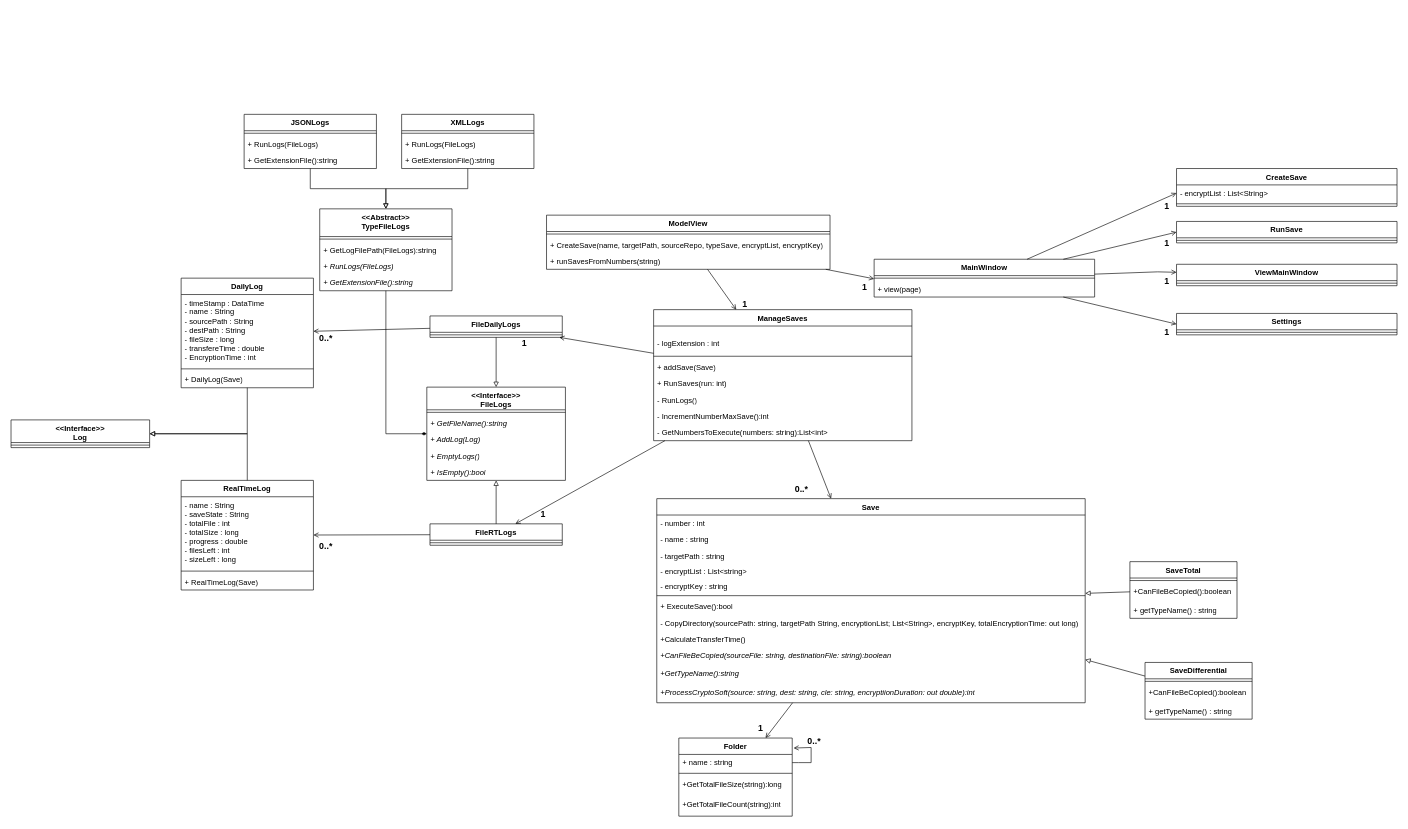
Above: page "V2.0 - Classe" (2 of 3) of docs/Diagrammes/UML-2.0.drawio in Rudoni/EazySave (draw.io), before the change. Source tidied: cells renumbered, new cells numbered last; positions are measured from the earlier drawing's top-left corner, leaving out a move shared by most shapes. Both pictures are drawn from the tidied source at 63%, with x=0, y=0 at pixel (11, 114).
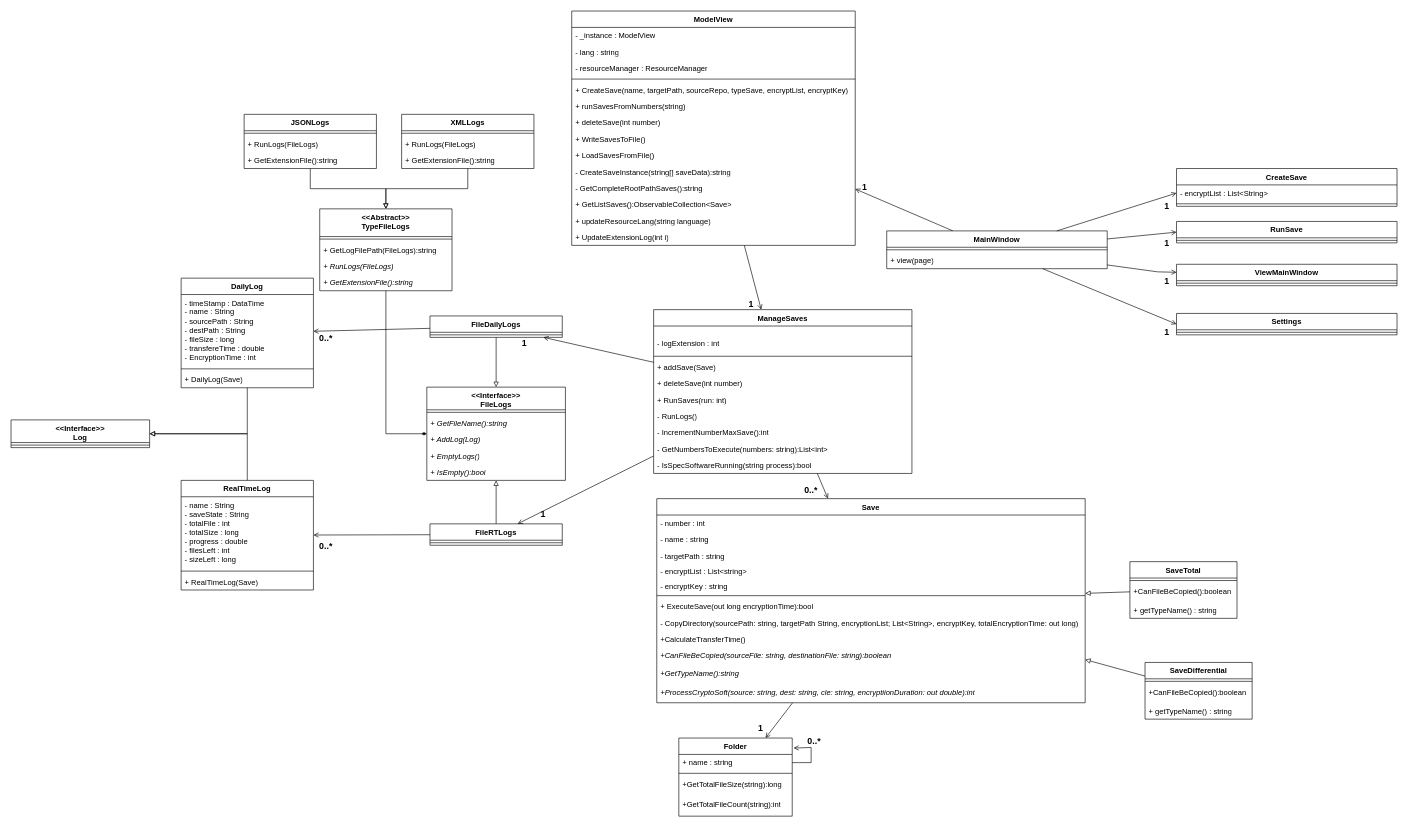
After the change.

Unchanged cells that the change refers to:
```xml
<mxCell id="2" value="Save" style="swimlane;fontStyle=1;align=center;verticalAlign=top;horizontal=1;startSize=26;whiteSpace=wrap;html=1;" parent="1" vertex="1">
  <mxGeometry x="1025" y="610" width="680" height="324" as="geometry" />
</mxCell>
```

The edit, as a diff of the source:
```diff
@@
-    <mxCell id="9" value="+ ExecuteSave():bool" style="text;strokeColor=none;fillColor=none;align=left;verticalAlign=top;spacingLeft=4;spacingRight=4;overflow=hidden;whiteSpace=wrap;html=1;" parent="2" vertex="1">
+    <mxCell id="9" value="+ ExecuteSave(out long encryptionTime):bool" style="text;strokeColor=none;fillColor=none;align=left;verticalAlign=top;spacingLeft=4;spacingRight=4;overflow=hidden;whiteSpace=wrap;html=1;" parent="2" vertex="1">
       <mxGeometry y="158" width="680" height="26" as="geometry" />
     </mxCell>
@@
     <mxCell id="23" value="ModelView" style="swimlane;fontStyle=1;align=center;verticalAlign=top;horizontal=1;startSize=26;whiteSpace=wrap;html=1;" parent="1" vertex="1">
-      <mxGeometry x="850" y="160" width="450" height="86" as="geometry" />
+      <mxGeometry x="890" y="-164" width="450" height="372" as="geometry" />
     </mxCell>
+    <mxCell id="120" value="- _instance : ModelView" style="text;strokeColor=none;fillColor=none;align=left;verticalAlign=top;spacingLeft=4;spacingRight=4;overflow=hidden;whiteSpace=wrap;html=1;" parent="23" vertex="1">
+      <mxGeometry y="26" width="450" height="26" as="geometry" />
+    </mxCell>
+    <mxCell id="121" value="- lang : string" style="text;strokeColor=none;fillColor=none;align=left;verticalAlign=top;spacingLeft=4;spacingRight=4;overflow=hidden;whiteSpace=wrap;html=1;" parent="23" vertex="1">
+      <mxGeometry y="52" width="450" height="26" as="geometry" />
+    </mxCell>
+    <mxCell id="122" value="- resourceManager : ResourceManager" style="text;strokeColor=none;fillColor=none;align=left;verticalAlign=top;spacingLeft=4;spacingRight=4;overflow=hidden;whiteSpace=wrap;html=1;" parent="23" vertex="1">
+      <mxGeometry y="78" width="450" height="26" as="geometry" />
+    </mxCell>
     <mxCell id="24" style="line;strokeWidth=1;fillColor=none;align=left;verticalAlign=middle;spacingTop=-1;spacingLeft=3;spacingRight=3;labelPosition=right;strokeColor=inherit;" parent="23" vertex="1">
-      <mxGeometry y="26" width="450" height="8" as="geometry" />
+      <mxGeometry y="104" width="450" height="8" as="geometry" />
     </mxCell>
     <mxCell id="25" value="+ CreateSave(name, targetPath, sourceRepo, typeSave, encryptList, encryptKey)" style="text;strokeColor=none;fillColor=none;align=left;verticalAlign=top;spacingLeft=4;spacingRight=4;overflow=hidden;whiteSpace=wrap;html=1;" parent="23" vertex="1">
-      <mxGeometry y="34" width="450" height="26" as="geometry" />
+      <mxGeometry y="112" width="450" height="26" as="geometry" />
     </mxCell>
     <mxCell id="26" value="+ runSavesFromNumbers(string)" style="text;strokeColor=none;fillColor=none;align=left;verticalAlign=top;spacingLeft=4;spacingRight=4;overflow=hidden;whiteSpace=wrap;html=1;" parent="23" vertex="1">
-      <mxGeometry y="60" width="450" height="26" as="geometry" />
+      <mxGeometry y="138" width="450" height="26" as="geometry" />
     </mxCell>
+    <mxCell id="123" value="+ deleteSave(int number)" style="text;strokeColor=none;fillColor=none;align=left;verticalAlign=top;spacingLeft=4;spacingRight=4;overflow=hidden;whiteSpace=wrap;html=1;" parent="23" vertex="1">
+      <mxGeometry y="164" width="450" height="26" as="geometry" />
+    </mxCell>
+    <mxCell id="124" value="+ WriteSavesToFile()" style="text;strokeColor=none;fillColor=none;align=left;verticalAlign=top;spacingLeft=4;spacingRight=4;overflow=hidden;whiteSpace=wrap;html=1;" parent="23" vertex="1">
+      <mxGeometry y="190" width="450" height="26" as="geometry" />
+    </mxCell>
+    <mxCell id="125" value="+ LoadSavesFromFile()" style="text;strokeColor=none;fillColor=none;align=left;verticalAlign=top;spacingLeft=4;spacingRight=4;overflow=hidden;whiteSpace=wrap;html=1;" parent="23" vertex="1">
+      <mxGeometry y="216" width="450" height="26" as="geometry" />
+    </mxCell>
+    <mxCell id="126" value="- CreateSaveInstance(string[] saveData):string" style="text;strokeColor=none;fillColor=none;align=left;verticalAlign=top;spacingLeft=4;spacingRight=4;overflow=hidden;whiteSpace=wrap;html=1;" parent="23" vertex="1">
+      <mxGeometry y="242" width="450" height="26" as="geometry" />
+    </mxCell>
+    <mxCell id="127" value="- GetCompleteRootPathSaves():string" style="text;strokeColor=none;fillColor=none;align=left;verticalAlign=top;spacingLeft=4;spacingRight=4;overflow=hidden;whiteSpace=wrap;html=1;" parent="23" vertex="1">
+      <mxGeometry y="268" width="450" height="26" as="geometry" />
+    </mxCell>
+    <mxCell id="128" value="+ GetListSaves():ObservableCollection&amp;lt;Save&amp;gt;" style="text;strokeColor=none;fillColor=none;align=left;verticalAlign=top;spacingLeft=4;spacingRight=4;overflow=hidden;whiteSpace=wrap;html=1;" parent="23" vertex="1">
+      <mxGeometry y="294" width="450" height="26" as="geometry" />
+    </mxCell>
+    <mxCell id="129" value="+ updateResourceLang(string language)" style="text;strokeColor=none;fillColor=none;align=left;verticalAlign=top;spacingLeft=4;spacingRight=4;overflow=hidden;whiteSpace=wrap;html=1;" parent="23" vertex="1">
+      <mxGeometry y="320" width="450" height="26" as="geometry" />
+    </mxCell>
+    <mxCell id="130" value="+ UpdateExtensionLog(int i)" style="text;strokeColor=none;fillColor=none;align=left;verticalAlign=top;spacingLeft=4;spacingRight=4;overflow=hidden;whiteSpace=wrap;html=1;" parent="23" vertex="1">
+      <mxGeometry y="346" width="450" height="26" as="geometry" />
+    </mxCell>
@@
     <mxCell id="33" value="ManageSaves" style="swimlane;fontStyle=1;align=center;verticalAlign=top;horizontal=1;startSize=26;whiteSpace=wrap;html=1;" parent="1" vertex="1">
-      <mxGeometry x="1020" y="310" width="410" height="208" as="geometry" />
+      <mxGeometry x="1020" y="310" width="410" height="260" as="geometry" />
     </mxCell>
@@
+    <mxCell id="131" value="+ deleteSave(int number)" style="text;strokeColor=none;fillColor=none;align=left;verticalAlign=top;spacingLeft=4;spacingRight=4;overflow=hidden;whiteSpace=wrap;html=1;" parent="33" vertex="1">
+      <mxGeometry y="104" width="410" height="26" as="geometry" />
+    </mxCell>
     <mxCell id="37" value="+ RunSaves(run: int)" style="text;strokeColor=none;fillColor=none;align=left;verticalAlign=top;spacingLeft=4;spacingRight=4;overflow=hidden;whiteSpace=wrap;html=1;" parent="33" vertex="1">
-      <mxGeometry y="104" width="410" height="26" as="geometry" />
+      <mxGeometry y="130" width="410" height="26" as="geometry" />
     </mxCell>
     <mxCell id="38" value="- RunLogs()" style="text;strokeColor=none;fillColor=none;align=left;verticalAlign=top;spacingLeft=4;spacingRight=4;overflow=hidden;whiteSpace=wrap;html=1;" parent="33" vertex="1">
-      <mxGeometry y="130" width="410" height="26" as="geometry" />
+      <mxGeometry y="156" width="410" height="26" as="geometry" />
     </mxCell>
     <mxCell id="39" value="- IncrementNumberMaxSave():int" style="text;strokeColor=none;fillColor=none;align=left;verticalAlign=top;spacingLeft=4;spacingRight=4;overflow=hidden;whiteSpace=wrap;html=1;" parent="33" vertex="1">
-      <mxGeometry y="156" width="410" height="26" as="geometry" />
+      <mxGeometry y="182" width="410" height="26" as="geometry" />
     </mxCell>
     <mxCell id="40" value="- GetNumbersToExecute(numbers: string):List&amp;lt;int&amp;gt;" style="text;strokeColor=none;fillColor=none;align=left;verticalAlign=top;spacingLeft=4;spacingRight=4;overflow=hidden;whiteSpace=wrap;html=1;" parent="33" vertex="1">
-      <mxGeometry y="182" width="410" height="26" as="geometry" />
+      <mxGeometry y="208" width="410" height="26" as="geometry" />
     </mxCell>
+    <mxCell id="132" value="-&amp;nbsp;IsSpecSoftwareRunning(string process):bool" style="text;strokeColor=none;fillColor=none;align=left;verticalAlign=top;spacingLeft=4;spacingRight=4;overflow=hidden;whiteSpace=wrap;html=1;" parent="33" vertex="1">
+      <mxGeometry y="234" width="410" height="26" as="geometry" />
+    </mxCell>
@@
     <mxCell id="49" value="0..*" style="text;html=1;strokeColor=none;fillColor=none;align=center;verticalAlign=middle;whiteSpace=wrap;rounded=0;fontStyle=1;fontSize=14;" parent="1" vertex="1">
-      <mxGeometry x="1245" y="580" width="20" height="30" as="geometry" />
+      <mxGeometry x="1260" y="581" width="20" height="30" as="geometry" />
     </mxCell>
@@
     <mxCell id="53" value="1" style="text;html=1;strokeColor=none;fillColor=none;align=center;verticalAlign=middle;whiteSpace=wrap;rounded=0;fontStyle=1;fontSize=14;" parent="1" vertex="1">
-      <mxGeometry x="1150" y="286" width="30" height="30" as="geometry" />
+      <mxGeometry x="1160" y="286" width="30" height="30" as="geometry" />
     </mxCell>
-    <mxCell id="54" style="endArrow=open;html=1;rounded=0;endFill=0;" parent="1" edge="1" source="23">
-      <mxGeometry relative="1" as="geometry">
-        <mxPoint x="1370" y="261.1" as="targetPoint" />
-      </mxGeometry>
+    <mxCell id="54" style="endArrow=open;html=1;rounded=0;endFill=0;" parent="1" edge="1" source="100" target="23">
+      <mxGeometry relative="1" as="geometry" />
     </mxCell>
     <mxCell id="55" value="1" style="text;html=1;strokeColor=none;fillColor=none;align=center;verticalAlign=middle;whiteSpace=wrap;rounded=0;fontStyle=1;fontSize=14;" parent="1" vertex="1">
-      <mxGeometry x="1340" y="260" width="30" height="30" as="geometry" />
+      <mxGeometry x="1340" y="100" width="30" height="30" as="geometry" />
     </mxCell>
@@
     <mxCell id="100" value="MainWindow" style="swimlane;fontStyle=1;align=center;verticalAlign=top;horizontal=1;startSize=26;whiteSpace=wrap;html=1;" parent="1" vertex="1">
-      <mxGeometry x="1370" y="230" width="350" height="60" as="geometry" />
+      <mxGeometry x="1390" y="185" width="350" height="60" as="geometry" />
     </mxCell>
```
